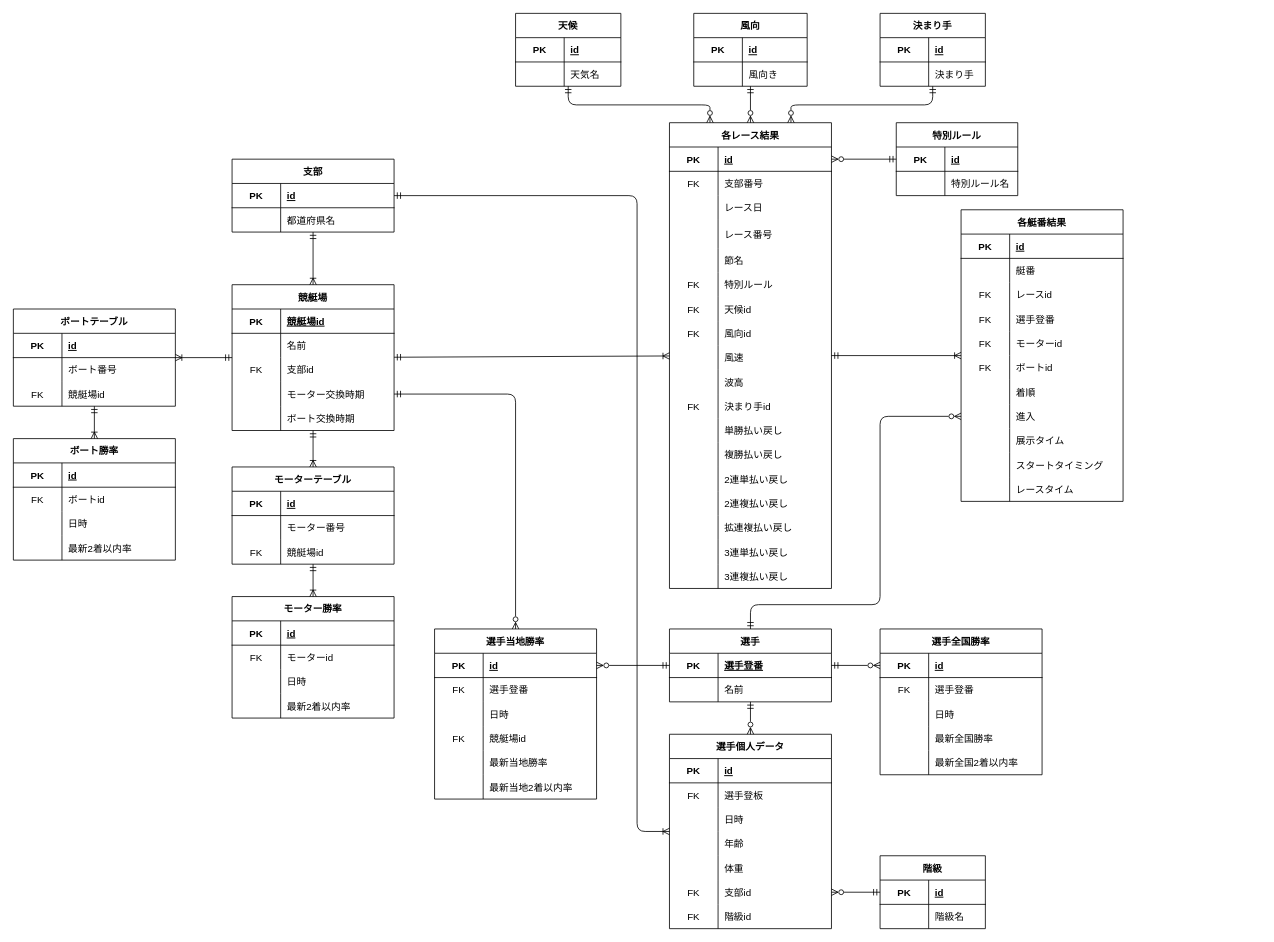
nishio-n0522/predict_boat keeps this draw.io diagram as page "論理設計" (2 of 3) of .db_design/db_design.dio. Above is the earlier version. Source tidied: cells renumbered, new cells numbered last; positions are measured from the earlier drawing's top-left corner, leaving out a move shared by most shapes. Both pictures are drawn from the tidied source at 81%, with x=0, y=0 at pixel (13, 13).
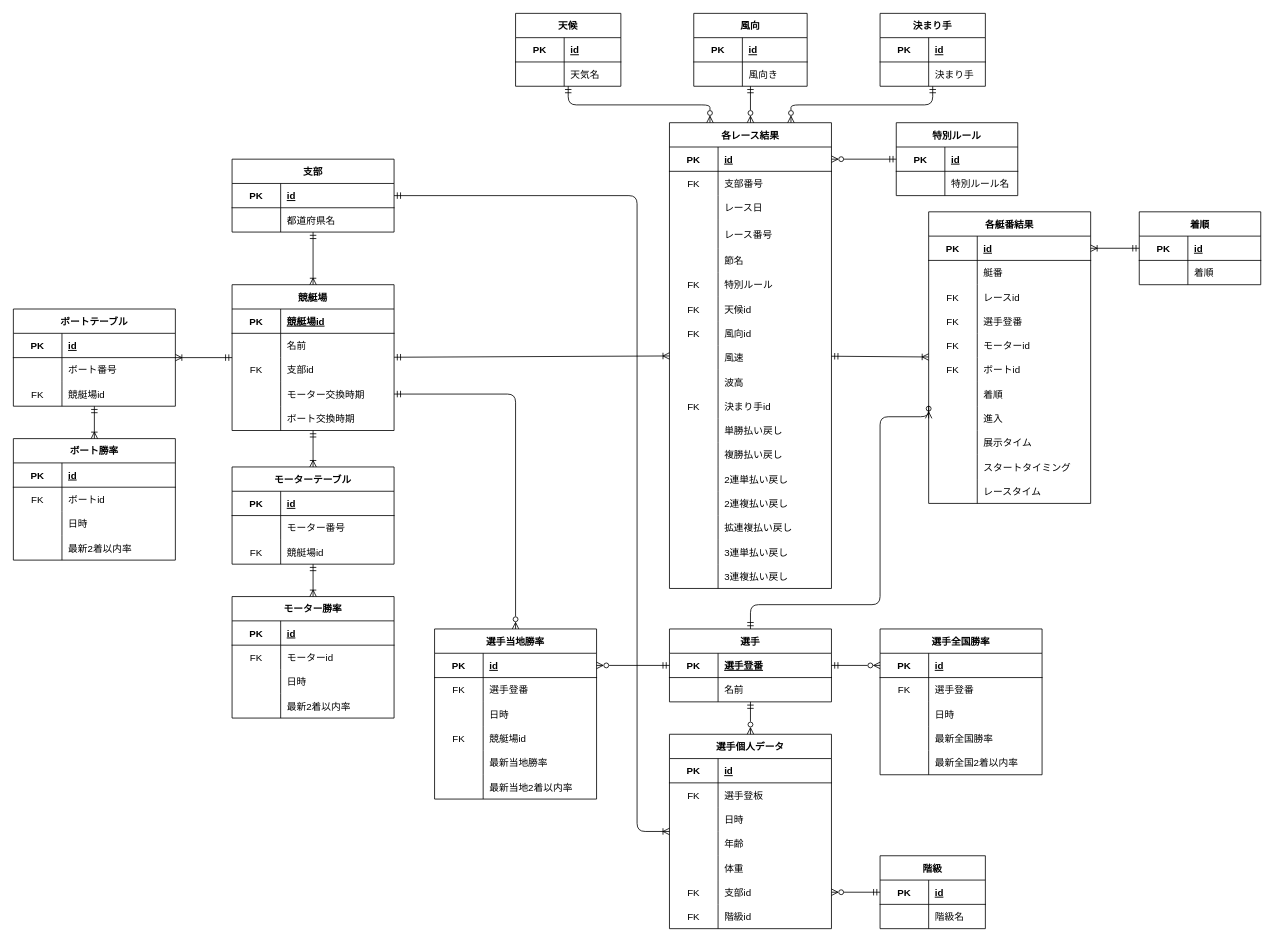
The same diagram, later.

Unchanged cells that the change refers to:
```xml
<mxCell id="81" style="shape=tableRow;horizontal=0;startSize=0;swimlaneHead=0;swimlaneBody=0;fillColor=none;points=[[0,0.5],[1,0.5]];portConstraint=eastwest;top=0;left=0;right=0;bottom=1;" parent="80" vertex="1">
  <mxGeometry y="30" width="200" height="30" as="geometry" />
</mxCell>
```

Change to the diagram source:
```diff
@@
     <mxCell id="80" value="各艇番結果" style="shape=table;startSize=30;childLayout=tableLayout;rowLines=0;fontStyle=1;align=center;" parent="1" vertex="1">
-      <mxGeometry x="1170" y="242.5" width="200" height="360" as="geometry" />
+      <mxGeometry x="1130" y="245" width="200" height="360" as="geometry" />
     </mxCell>
@@
+    <mxCell id="277" value="着順" style="shape=table;startSize=30;childLayout=tableLayout;rowLines=0;fontStyle=1;align=center;" parent="1" vertex="1">
+      <mxGeometry x="1390" y="245" width="150" height="90" as="geometry" />
+    </mxCell>
+    <mxCell id="278" style="shape=tableRow;horizontal=0;startSize=0;swimlaneHead=0;swimlaneBody=0;fillColor=none;top=0;left=0;right=0;bottom=1;" parent="277" vertex="1">
+      <mxGeometry y="30" width="150" height="30" as="geometry" />
+    </mxCell>
+    <mxCell id="279" value="PK" style="shape=partialRectangle;fillColor=none;top=0;left=0;bottom=0;right=0;fontStyle=1;overflow=hidden;" parent="278" vertex="1">
+      <mxGeometry width="60" height="30" as="geometry" />
+    </mxCell>
+    <mxCell id="280" value="id" style="shape=partialRectangle;fillColor=none;top=0;left=0;bottom=0;right=0;align=left;spacingLeft=6;fontStyle=5;overflow=hidden;" parent="278" vertex="1">
+      <mxGeometry x="60" width="90" height="30" as="geometry" />
+    </mxCell>
+    <mxCell id="281" style="shape=tableRow;horizontal=0;startSize=0;swimlaneHead=0;swimlaneBody=0;fillColor=none;top=0;left=0;right=0;bottom=0;" parent="277" vertex="1">
+      <mxGeometry y="60" width="150" height="30" as="geometry" />
+    </mxCell>
+    <mxCell id="282" style="shape=partialRectangle;fillColor=none;top=0;left=0;bottom=0;right=0;overflow=hidden;" parent="281" vertex="1">
+      <mxGeometry width="60" height="30" as="geometry" />
+    </mxCell>
+    <mxCell id="283" value="着順" style="shape=partialRectangle;fillColor=none;top=0;left=0;bottom=0;right=0;align=left;spacingLeft=6;overflow=hidden;" parent="281" vertex="1">
+      <mxGeometry x="60" width="90" height="30" as="geometry" />
+    </mxCell>
+    <mxCell id="284" style="fontSize=12;html=1;endArrow=ERoneToMany;startArrow=ERmandOne;entryX=1;entryY=0.5;entryDx=0;entryDy=0;" parent="1" edge="1" source="277" target="81">
+      <mxGeometry relative="1" as="geometry" />
+    </mxCell>
```
